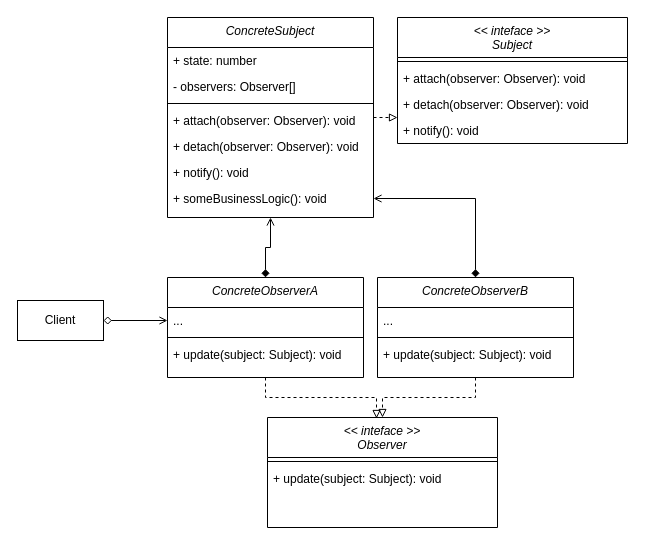
Earlier version of the draw.io diagram assets/draow.io/observer.drawio (orchsik/jts-pad). Source tidied: cells renumbered, new cells numbered last; positions are measured from the earlier drawing's top-left corner, leaving out a move shared by most shapes. Both pictures are drawn from the tidied source at 100%, with x=0, y=0 at pixel (17, 17).
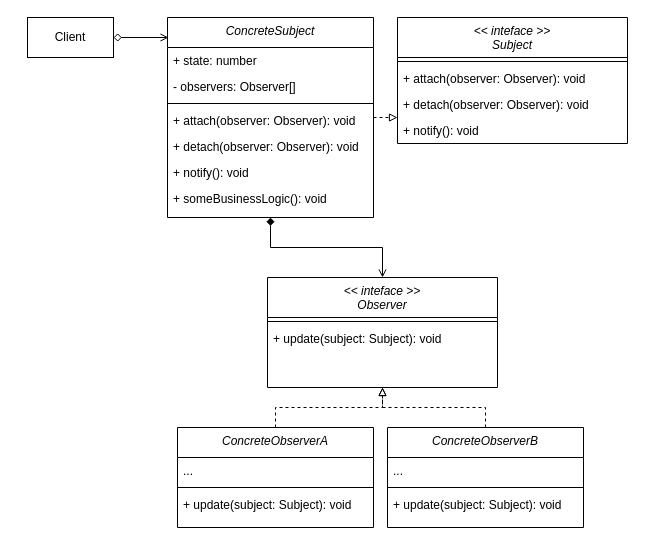
The same page after the edit.

Commit message (it also covers changes not shown here):
Add: Observer pattern * Usecase - EventManger

Unchanged cells that the change refers to:
```xml
<mxCell id="12" value="ConcreteSubject" style="swimlane;fontStyle=2;align=center;verticalAlign=top;horizontal=1;startSize=30;rounded=0;shadow=0;strokeWidth=1;swimlaneLine=1;" parent="1" vertex="1">
  <mxGeometry x="150" width="206" height="200" as="geometry" />
</mxCell>
<mxCell id="19" value="+ someBusinessLogic(): void" style="text;align=left;verticalAlign=top;spacingLeft=4;spacingRight=4;overflow=hidden;points=[[0,0.5],[1,0.5]];portConstraint=eastwest;" parent="12" vertex="1">
  <mxGeometry y="168" width="206" height="26" as="geometry" />
</mxCell>
<mxCell id="22" value="..." style="text;align=left;verticalAlign=top;spacingLeft=4;spacingRight=4;overflow=hidden;points=[[0,0.5],[1,0.5]];portConstraint=eastwest;" parent="21" vertex="1">
  <mxGeometry y="30" width="196" height="26" as="geometry" />
</mxCell>
```

Change to the diagram source:
```diff
@@
     <mxCell id="2" value="&lt;&lt; inteface &gt;&gt;&#10;Observer" style="swimlane;fontStyle=2;align=center;verticalAlign=top;horizontal=1;startSize=40;rounded=0;shadow=0;strokeWidth=1;swimlaneLine=1;" parent="1" vertex="1">
-      <mxGeometry x="250" y="400" width="230" height="110" as="geometry" />
+      <mxGeometry x="250" y="260" width="230" height="110" as="geometry" />
     </mxCell>
@@
-    <mxCell id="5" style="edgeStyle=orthogonalEdgeStyle;rounded=0;jettySize=auto;html=1;entryX=0.5;entryY=0;entryDx=0;entryDy=0;dashed=1;startArrow=none;startFill=0;endArrow=block;endFill=0;" parent="1" edge="1" source="6" target="2">
+    <mxCell id="5" style="edgeStyle=orthogonalEdgeStyle;rounded=0;jettySize=auto;html=1;dashed=1;startArrow=none;startFill=0;endArrow=block;endFill=0;entryX=0.5;entryY=1;entryDx=0;entryDy=0;" parent="1" edge="1" source="6" target="2">
       <mxGeometry relative="1" as="geometry" />
     </mxCell>
     <mxCell id="6" value="ConcreteObserverB" style="swimlane;fontStyle=2;align=center;verticalAlign=top;horizontal=1;startSize=30;rounded=0;shadow=0;strokeWidth=1;swimlaneLine=1;" parent="1" vertex="1">
-      <mxGeometry x="360" y="260" width="196" height="100" as="geometry" />
+      <mxGeometry x="370" y="410" width="196" height="100" as="geometry" />
     </mxCell>
@@
-    <mxCell id="11" style="edgeStyle=orthogonalEdgeStyle;rounded=0;jettySize=auto;html=1;entryX=0.5;entryY=0;entryDx=0;entryDy=0;startArrow=open;startFill=0;endArrow=diamond;endFill=1;" parent="1" edge="1" source="12" target="21">
-      <mxGeometry relative="1" as="geometry" />
-    </mxCell>
+    <mxCell id="33" style="edgeStyle=orthogonalEdgeStyle;rounded=0;jettySize=auto;html=1;entryX=0.5;entryY=0;entryDx=0;entryDy=0;startArrow=diamond;startFill=1;endArrow=open;endFill=0;" parent="1" edge="1" source="12" target="2">
+      <mxGeometry relative="1" as="geometry" />
+    </mxCell>
@@
-    <mxCell id="20" style="edgeStyle=orthogonalEdgeStyle;rounded=0;jettySize=auto;html=1;entryX=0.474;entryY=0.009;entryDx=0;entryDy=0;entryPerimeter=0;dashed=1;startArrow=none;startFill=0;endArrow=block;endFill=0;" parent="1" edge="1" source="21" target="2">
+    <mxCell id="20" style="edgeStyle=orthogonalEdgeStyle;rounded=0;jettySize=auto;html=1;startArrow=none;startFill=0;endArrow=block;endFill=0;entryX=0.5;entryY=1;entryDx=0;entryDy=0;dashed=1;" parent="1" edge="1" source="21" target="2">
       <mxGeometry relative="1" as="geometry" />
     </mxCell>
     <mxCell id="21" value="ConcreteObserverA" style="swimlane;fontStyle=2;align=center;verticalAlign=top;horizontal=1;startSize=30;rounded=0;shadow=0;strokeWidth=1;swimlaneLine=1;" parent="1" vertex="1">
-      <mxGeometry x="150" y="260" width="196" height="100" as="geometry" />
+      <mxGeometry x="160" y="410" width="196" height="100" as="geometry" />
     </mxCell>
@@
-    <mxCell id="25" style="edgeStyle=orthogonalEdgeStyle;rounded=0;jettySize=auto;html=1;entryX=0;entryY=0.5;entryDx=0;entryDy=0;startArrow=diamond;startFill=0;endArrow=open;endFill=0;" parent="1" edge="1" source="26" target="22">
-      <mxGeometry relative="1" as="geometry" />
-    </mxCell>
+    <mxCell id="34" style="edgeStyle=orthogonalEdgeStyle;rounded=0;jettySize=auto;html=1;entryX=0.005;entryY=0.1;entryDx=0;entryDy=0;entryPerimeter=0;startArrow=diamond;startFill=0;endArrow=open;endFill=0;" parent="1" edge="1" source="26" target="12">
+      <mxGeometry relative="1" as="geometry" />
+    </mxCell>
     <mxCell id="26" value="Client" style="rounded=0;whiteSpace=wrap;html=1;" parent="1" vertex="1">
-      <mxGeometry y="283" width="86" height="40" as="geometry" />
+      <mxGeometry x="10" width="86" height="40" as="geometry" />
     </mxCell>
@@
-    <mxCell id="32" style="edgeStyle=orthogonalEdgeStyle;rounded=0;jettySize=auto;html=1;entryX=0.5;entryY=0;entryDx=0;entryDy=0;startArrow=open;startFill=0;endArrow=diamond;endFill=1;" parent="1" edge="1" source="19" target="6">
-      <mxGeometry relative="1" as="geometry" />
-    </mxCell>
```
